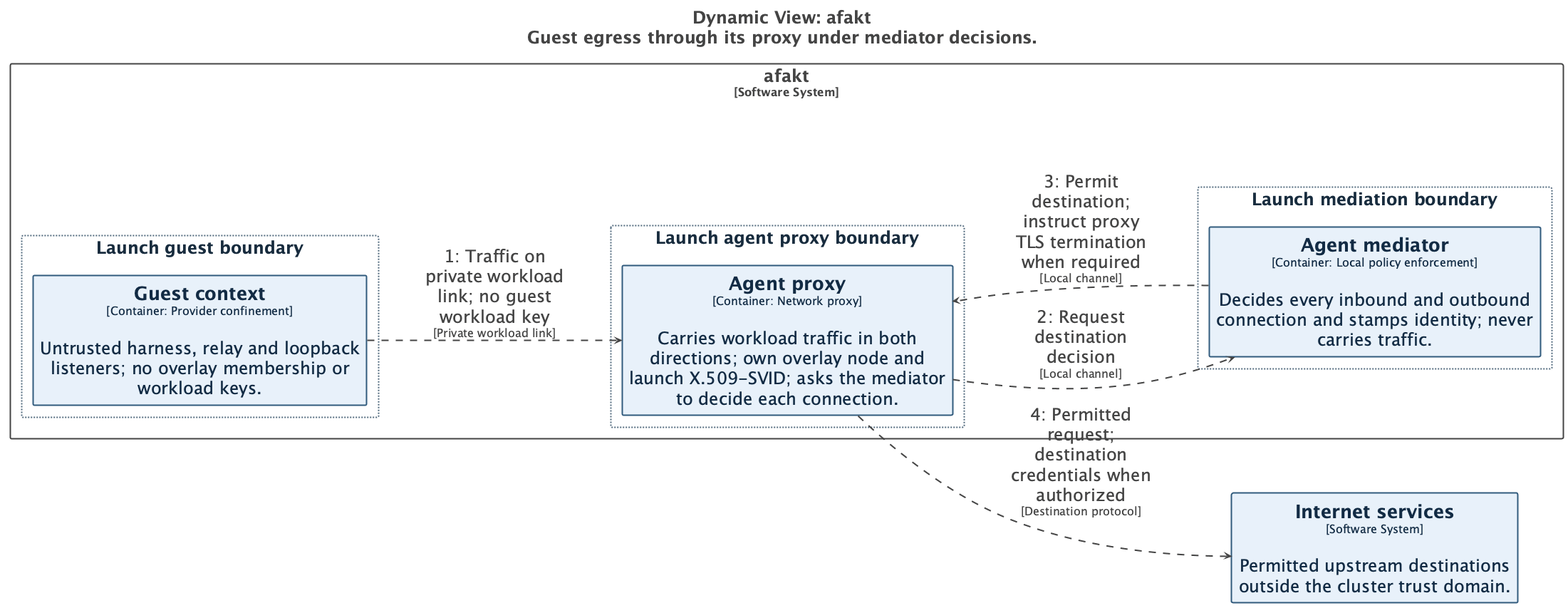
Earlier version of the PlantUML export docs/diagrams/structurizr-network-flow-internet.png (tbhb-dev/afakt). Its source is kept beside it as docs/diagrams/structurizr-network-flow-internet.puml.
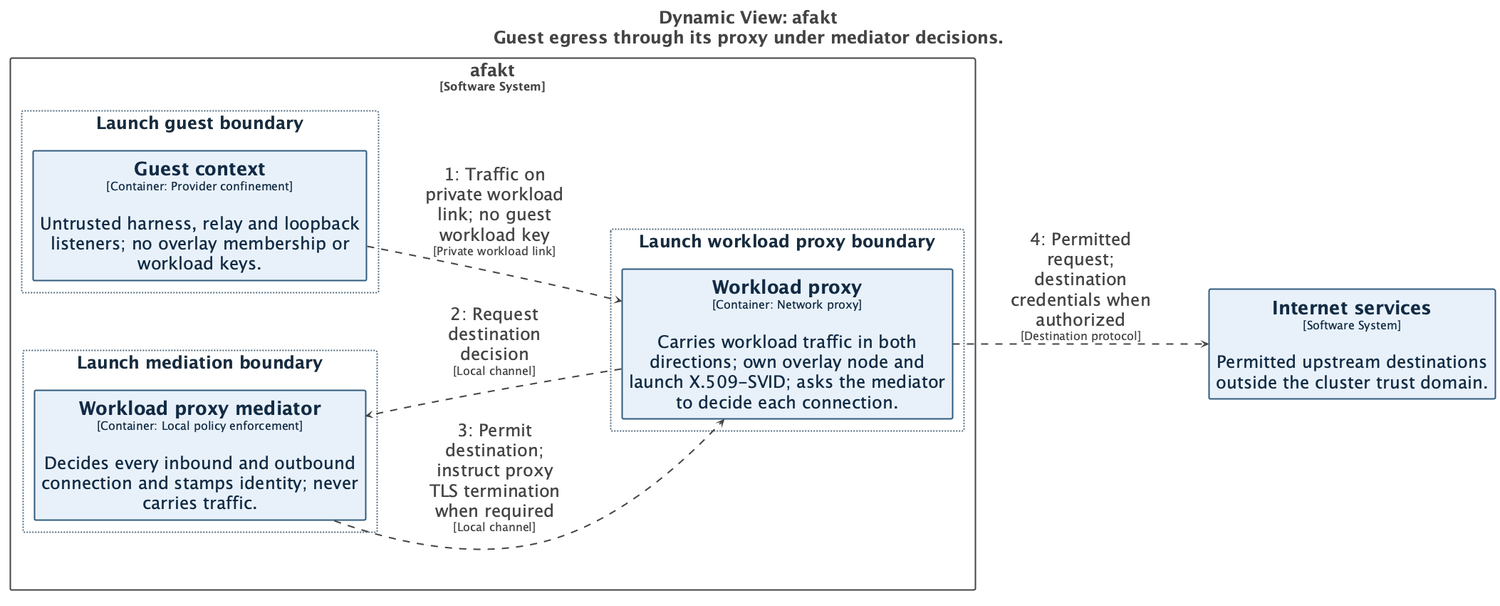
The same diagram one commit later.

What changed in the source:
```diff
@@ -49,17 +49,6 @@
     HorizontalAlignment: center;
     Shadowing: 0;
   }
-  // Launch agent proxy boundary
-  .Group-TGF1bmNoIGFnZW50IHByb3h5IGJvdW5kYXJ5 {
-    BackgroundColor: #ffffff;
-    LineColor: #536b7e;
-    LineStyle: 2-2;
-    LineThickness: 2;
-    FontColor: #182c3e;
-    FontSize: 24;
-    HorizontalAlignment: center;
-    Shadowing: 0;
-  }
   // Launch guest boundary
   .Group-TGF1bmNoIGd1ZXN0IGJvdW5kYXJ5 {
     BackgroundColor: #ffffff;
@@ -82,28 +71,39 @@
     HorizontalAlignment: center;
     Shadowing: 0;
   }
+  // Launch workload proxy boundary
+  .Group-TGF1bmNoIHdvcmtsb2FkIHByb3h5IGJvdW5kYXJ5 {
+    BackgroundColor: #ffffff;
+    LineColor: #536b7e;
+    LineStyle: 2-2;
+    LineThickness: 2;
+    FontColor: #182c3e;
+    FontSize: 24;
+    HorizontalAlignment: center;
+    Shadowing: 0;
+  }
 </style>
 
 rectangle "afakt\n<size:16>[Software System]</size>" <<Boundary-YWZha3Q=>> {
-  rectangle "Launch agent proxy boundary" <<Group-TGF1bmNoIGFnZW50IHByb3h5IGJvdW5kYXJ5>> as group3 {
-    rectangle "==Agent proxy\n<size:16>[Container: Network proxy]</size>\n\nCarries workload traffic in both directions; own overlay node and launch X.509-SVID; asks the mediator to decide each connection." <<Element-RWxlbWVudCxUb3BvbG9neQ==>> as afakt.Agentproxy
-  }
-
-  rectangle "Launch guest boundary" <<Group-TGF1bmNoIGd1ZXN0IGJvdW5kYXJ5>> as group4 {
+  rectangle "Launch guest boundary" <<Group-TGF1bmNoIGd1ZXN0IGJvdW5kYXJ5>> as group3 {
     rectangle "==Guest context\n<size:16>[Container: Provider confinement]</size>\n\nUntrusted harness, relay and loopback listeners; no overlay membership or workload keys." <<Element-RWxlbWVudCxUb3BvbG9neQ==>> as afakt.Guestcontext
   }
 
-  rectangle "Launch mediation boundary" <<Group-TGF1bmNoIG1lZGlhdGlvbiBib3VuZGFyeQ==>> as group5 {
-    rectangle "==Agent mediator\n<size:16>[Container: Local policy enforcement]</size>\n\nDecides every inbound and outbound connection and stamps identity; never carries traffic." <<Element-RWxlbWVudCxUb3BvbG9neQ==>> as afakt.Agentmediator
+  rectangle "Launch mediation boundary" <<Group-TGF1bmNoIG1lZGlhdGlvbiBib3VuZGFyeQ==>> as group4 {
+    rectangle "==Workload proxy mediator\n<size:16>[Container: Local policy enforcement]</size>\n\nDecides every inbound and outbound connection and stamps identity; never carries traffic." <<Element-RWxlbWVudCxUb3BvbG9neQ==>> as afakt.Workloadproxymediator
+  }
+
+  rectangle "Launch workload proxy boundary" <<Group-TGF1bmNoIHdvcmtsb2FkIHByb3h5IGJvdW5kYXJ5>> as group5 {
+    rectangle "==Workload proxy\n<size:16>[Container: Network proxy]</size>\n\nCarries workload traffic in both directions; own overlay node and launch X.509-SVID; asks the mediator to decide each connection." <<Element-RWxlbWVudCxUb3BvbG9neQ==>> as afakt.Workloadproxy
   }
 
 }
 
 rectangle "==Internet services\n<size:16>[Software System]</size>\n\nPermitted upstream destinations outside the cluster trust domain." <<Element-RWxlbWVudCxUb3BvbG9neQ==>> as Internetservices
 
-afakt.Guestcontext --> afakt.Agentproxy <<Relationship-UmVsYXRpb25zaGlw>> : "1: Traffic on private workload link; no guest workload key\n<size:16>[Private workload link]</size>"
-afakt.Agentproxy --> afakt.Agentmediator <<Relationship-UmVsYXRpb25zaGlw>> : "2: Request destination decision\n<size:16>[Local channel]</size>"
-afakt.Agentmediator --> afakt.Agentproxy <<Relationship-UmVsYXRpb25zaGlw>> : "3: Permit destination; instruct proxy TLS termination when required\n<size:16>[Local channel]</size>"
-afakt.Agentproxy --> Internetservices <<Relationship-UmVsYXRpb25zaGlw>> : "4: Permitted request; destination credentials when authorized\n<size:16>[Destination protocol]</size>"
+afakt.Guestcontext --> afakt.Workloadproxy <<Relationship-UmVsYXRpb25zaGlw>> : "1: Traffic on private workload link; no guest workload key\n<size:16>[Private workload link]</size>"
+afakt.Workloadproxy --> afakt.Workloadproxymediator <<Relationship-UmVsYXRpb25zaGlw>> : "2: Request destination decision\n<size:16>[Local channel]</size>"
+afakt.Workloadproxymediator --> afakt.Workloadproxy <<Relationship-UmVsYXRpb25zaGlw>> : "3: Permit destination; instruct proxy TLS termination when required\n<size:16>[Local channel]</size>"
+afakt.Workloadproxy --> Internetservices <<Relationship-UmVsYXRpb25zaGlw>> : "4: Permitted request; destination credentials when authorized\n<size:16>[Destination protocol]</size>"
 
 @enduml
```
